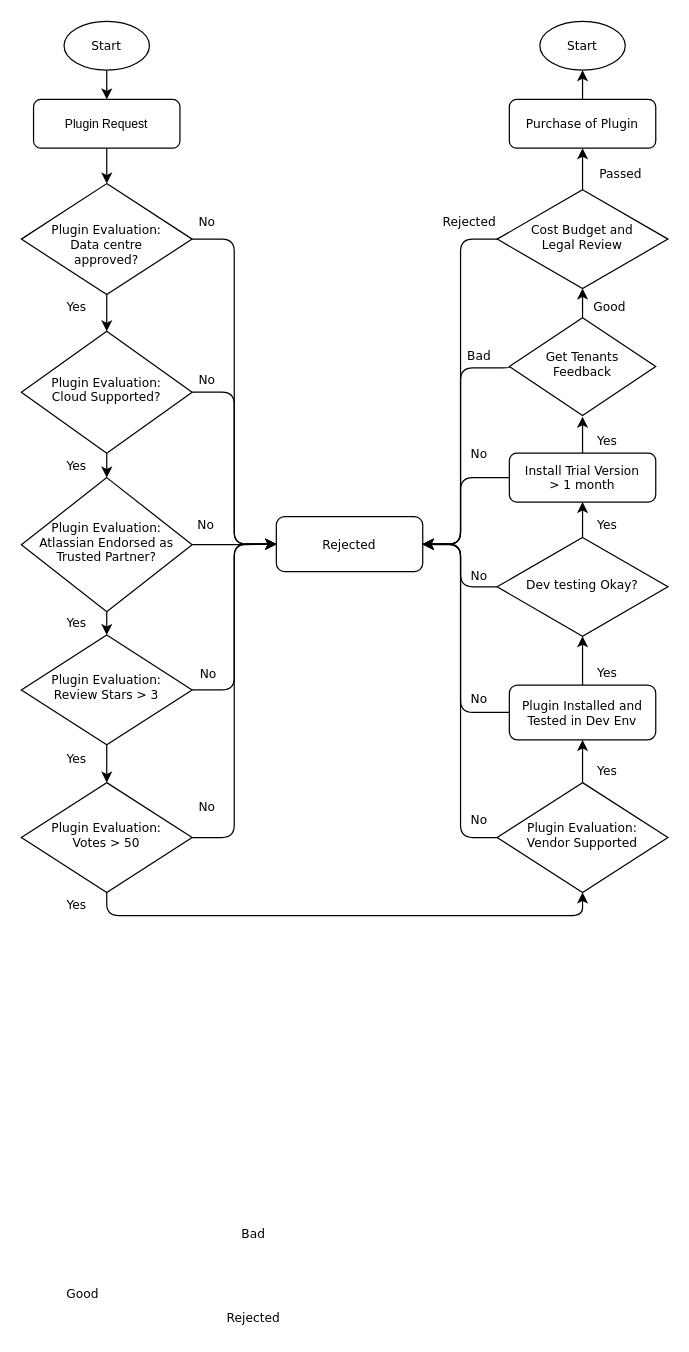
The draw.io diagram page "vertical-layout" (1 of 2) of images/plugin-review-process.drawio in lixinW/ship-hats-docs, before the edit. Source tidied: cells renumbered, new cells numbered last; positions are measured from the earlier drawing's top-left corner, leaving out a move shared by most shapes. Both pictures are drawn from the tidied source at 122%, with x=0, y=0 at pixel (21, 21).
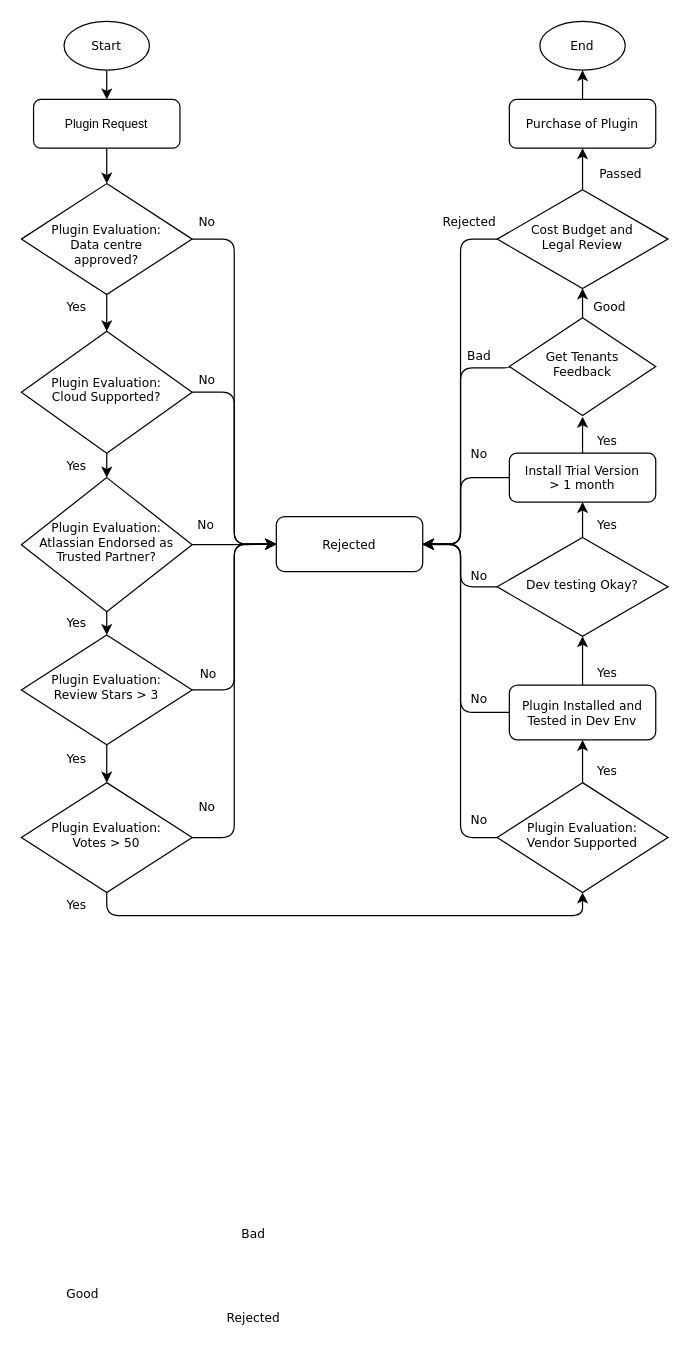
The same diagram, later.

Commit message (it also covers changes not shown here):
sonarqube and plugin review

Change to the diagram source:
```diff
@@
-    <mxCell id="56" value="Start" style="ellipse;whiteSpace=wrap;html=1;fontFamily=Verdana;fontSize=10;" parent="1" vertex="1">
+    <mxCell id="56" value="End" style="ellipse;whiteSpace=wrap;html=1;fontFamily=Verdana;fontSize=10;" parent="1" vertex="1">
       <mxGeometry x="425" width="70" height="40" as="geometry" />
     </mxCell>
```
